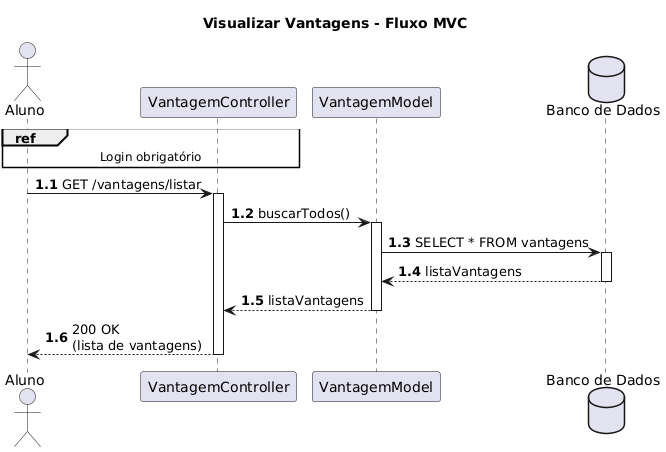
Above: project/img/DiagramaDeSequenciaResgatarVantagens.png in Eduuhms/LDS-Sistema-de-Moeda-Estudantil (PlantUML), before the change. The source it was exported from:
```plantuml
@startuml
title Visualizar Vantagens - Fluxo MVC
autonumber 1.1

actor "Aluno" as Aluno
participant "VantagemController" as Controller
participant "VantagemModel" as Model
database "Banco de Dados" as DB

ref over Aluno, Controller: Login obrigatório

Aluno -> Controller: GET /vantagens/listar
activate Controller

Controller -> Model: buscarTodos()
activate Model

Model -> DB: SELECT * FROM vantagens
activate DB
DB --> Model: listaVantagens
deactivate DB

Model --> Controller: listaVantagens
deactivate Model

Controller --> Aluno: 200 OK\n(lista de vantagens)
deactivate Controller
@enduml
```
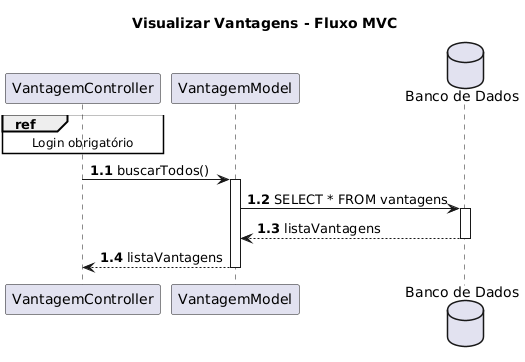
Later version of the same file.

Commit message:
corrigindo diagramas antigos

The edit, as a diff of the source:
```diff
@@ -2,15 +2,11 @@
 title Visualizar Vantagens - Fluxo MVC
 autonumber 1.1
 
-actor "Aluno" as Aluno
 participant "VantagemController" as Controller
 participant "VantagemModel" as Model
 database "Banco de Dados" as DB
 
-ref over Aluno, Controller: Login obrigatório
-
-Aluno -> Controller: GET /vantagens/listar
-activate Controller
+ref over Controller : Login obrigatório
 
 Controller -> Model: buscarTodos()
 activate Model
@@ -22,7 +18,4 @@
 
 Model --> Controller: listaVantagens
 deactivate Model
-
-Controller --> Aluno: 200 OK\n(lista de vantagens)
-deactivate Controller
 @enduml
```
